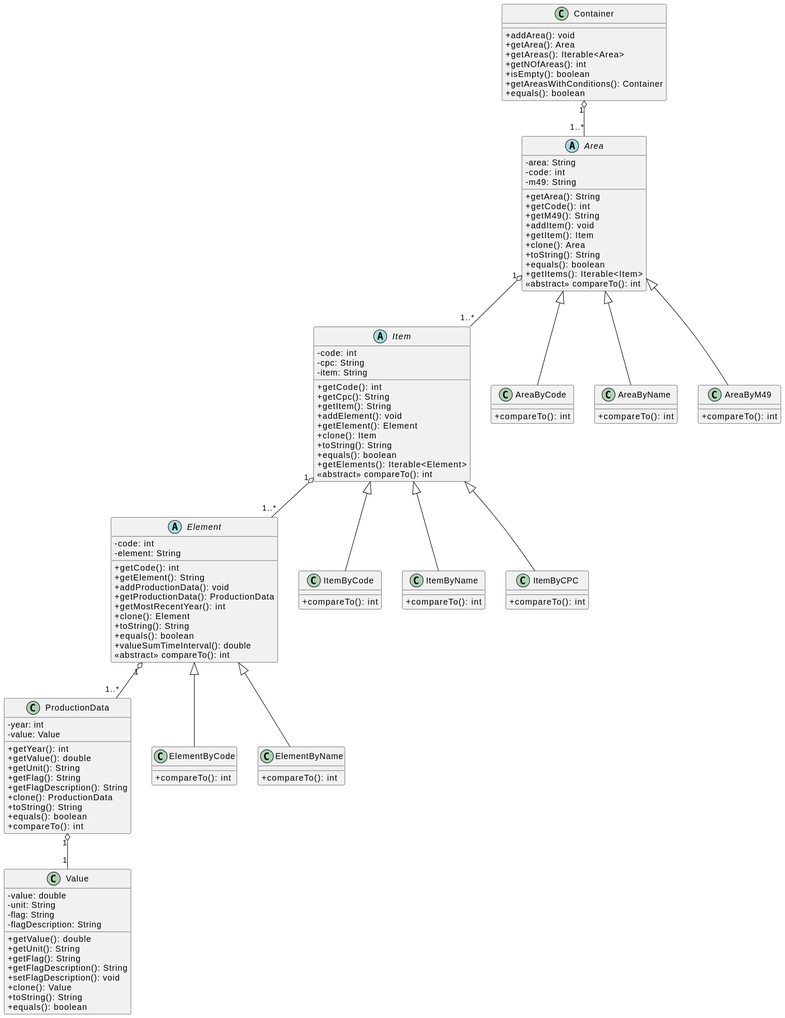
Earlier version of the PlantUML export docs/CD.svg (ricardo177m/esinf-trab02).
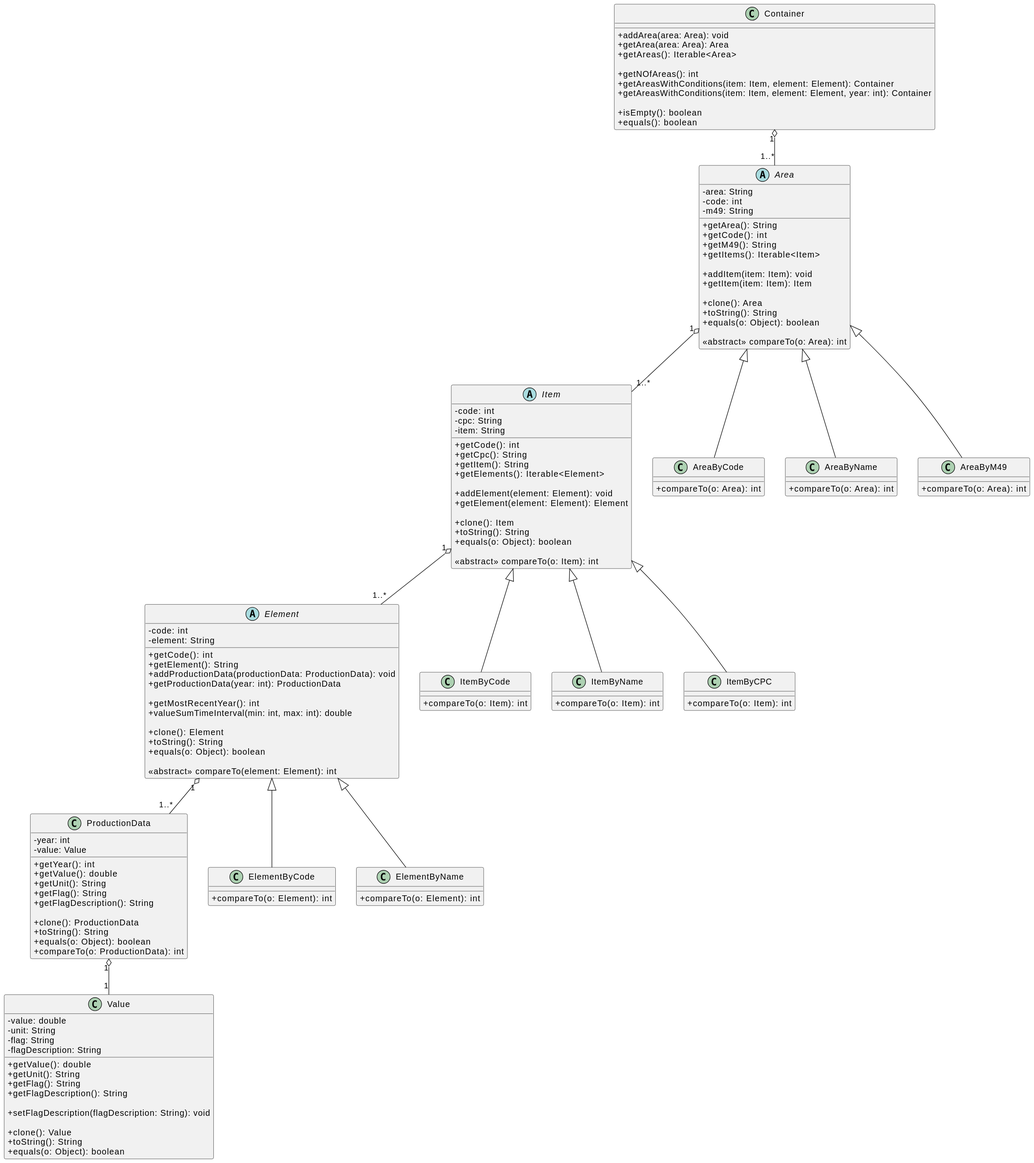
After the change.

What changed in the source:
```diff
@@ -9,14 +9,16 @@
   + getArea(): String
   + getCode(): int
   + getM49(): String
-  + addItem(): void
-  + getItem(): Item
+  + getItems(): Iterable<Item>
+
+  + addItem(item: Item): void
+  + getItem(item: Item): Item
+
   + clone(): Area
   + toString(): String
-  + equals(): boolean
-  + getItems(): Iterable<Item>
-  <<abstract>> compareTo(): int
+  + equals(o: Object): boolean
 
+  <<abstract>> compareTo(o: Area): int
 }
 
 abstract Item {
@@ -27,16 +29,16 @@
   + getCode(): int
   + getCpc(): String
   + getItem(): String
-  + addElement(): void
-  + getElement(): Element
+  + getElements(): Iterable<Element>
+
+  + addElement(element: Element): void
+  + getElement(element: Element): Element
+
   + clone(): Item
   + toString(): String
-  + equals(): boolean
-  + getElements(): Iterable<Element>
-  <<abstract>> compareTo(): int
+  + equals(o: Object): boolean
 
-
-
+  <<abstract>> compareTo(o: Item): int
 }
 
 abstract Element {
@@ -45,15 +47,17 @@
 
   + getCode(): int
   + getElement(): String
-  + addProductionData(): void
-  + getProductionData(): ProductionData
+  + addProductionData(productionData: ProductionData): void
+  + getProductionData(year: int): ProductionData
+
   + getMostRecentYear(): int
+  + valueSumTimeInterval(min: int, max: int): double
+
   + clone(): Element
   + toString(): String
-  + equals(): boolean
-  + valueSumTimeInterval(): double
-  <<abstract>> compareTo(): int
+  + equals(o: Object): boolean
 
+  <<abstract>> compareTo(element: Element): int
 }
 
 class ProductionData {
@@ -65,11 +69,11 @@
   + getUnit(): String
   + getFlag(): String
   + getFlagDescription(): String
+
   + clone(): ProductionData
   + toString(): String
-  + equals(): boolean
-  + compareTo(): int
-
+  + equals(o: Object): boolean
+  + compareTo(o: ProductionData): int
 }
 
 class Value {
@@ -82,24 +86,25 @@
   + getUnit(): String
   + getFlag(): String
   + getFlagDescription(): String
-  + setFlagDescription(): void
+
+  + setFlagDescription(flagDescription: String): void
+
   + clone(): Value
   + toString(): String
-  + equals(): boolean
-
-
+  + equals(o: Object): boolean
 }
 
 class Container {
-  + addArea(): void
-  + getArea(): Area
+  + addArea(area: Area): void
+  + getArea(area: Area): Area
   + getAreas(): Iterable<Area>
+
   + getNOfAreas(): int
+  + getAreasWithConditions(item: Item, element: Element): Container
+  + getAreasWithConditions(item: Item, element: Element, year: int): Container
+
   + isEmpty(): boolean
-  + getAreasWithConditions(): Container
   + equals(): boolean
-
-
 }
 
 Container "1" o-- "1..*" Area
@@ -109,31 +114,31 @@
 ProductionData "1" o-- "1" Value
 
 class AreaByCode {
-  + compareTo(): int
+  + compareTo(o: Area): int
 
 }
 class AreaByName {
-  + compareTo(): int
+  + compareTo(o: Area): int
 }
 class AreaByM49 {
-  + compareTo(): int
+  + compareTo(o: Area): int
 }
 
 class ItemByCode {
-  + compareTo(): int
+  + compareTo(o: Item): int
 }
 class ItemByName {
-  + compareTo(): int
+  + compareTo(o: Item): int
 }
 class ItemByCPC {
-  + compareTo(): int
+  + compareTo(o: Item): int
 }
 
 class ElementByCode {
-  + compareTo(): int
+  + compareTo(o: Element): int
 }
 class ElementByName {
-  + compareTo(): int
+  + compareTo(o: Element): int
 }
 
 Area <|-- AreaByCode
```
